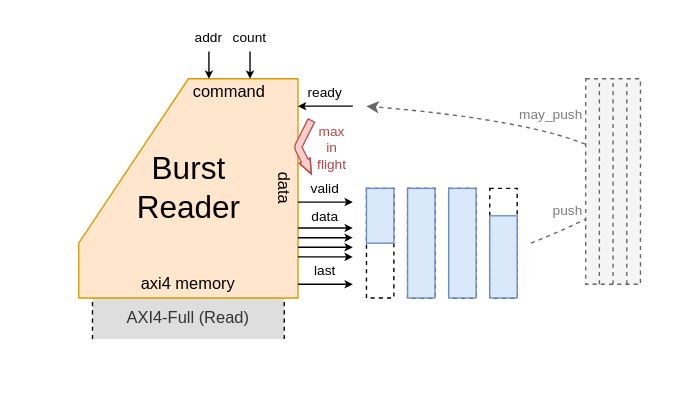
pc2/sus-xrt keeps this draw.io diagram as img/burst_reader.drawio. Above is the earlier version. Source tidied: cells renumbered, new cells numbered last; positions are measured from the earlier drawing's top-left corner, leaving out a move shared by most shapes. Both pictures are drawn from the tidied source at 137%, with x=0, y=0 at pixel (78, 23).
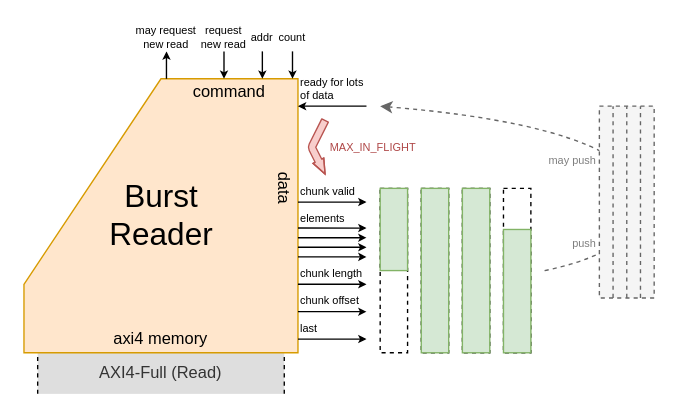
The same diagram, later.

Commit message (it also covers changes not shown here):
More cleanup for the figures and interface names

What changed in the source:
```diff
@@
+    <mxCell id="9" value="ready for lots of data" style="text;html=1;whiteSpace=wrap;strokeColor=none;fillColor=none;align=left;verticalAlign=bottom;rounded=0;fontSize=8;" parent="1" vertex="1">
+      <mxGeometry x="160" y="40" width="50" height="20" as="geometry" />
+    </mxCell>
+    <mxCell id="16" value="last" style="text;html=1;whiteSpace=wrap;strokeColor=none;fillColor=none;align=left;verticalAlign=bottom;rounded=0;fontSize=8;" parent="1" vertex="1">
+      <mxGeometry x="160" y="210" width="50" height="20" as="geometry" />
+    </mxCell>
+    <mxCell id="21" value="elements" style="text;html=1;whiteSpace=wrap;strokeColor=none;fillColor=none;align=left;verticalAlign=bottom;rounded=0;fontSize=8;" parent="1" vertex="1">
+      <mxGeometry x="160" y="130" width="50" height="20" as="geometry" />
+    </mxCell>
+    <mxCell id="23" value="chunk valid" style="text;html=1;whiteSpace=wrap;strokeColor=none;fillColor=none;align=left;verticalAlign=bottom;rounded=0;fontSize=8;" parent="1" vertex="1">
+      <mxGeometry x="160" y="110" width="50" height="20" as="geometry" />
+    </mxCell>
+    <mxCell id="41" value="chunk offset" style="text;html=1;whiteSpace=wrap;strokeColor=none;fillColor=none;align=left;verticalAlign=bottom;rounded=0;fontSize=8;" parent="1" vertex="1">
+      <mxGeometry x="160" y="190" width="50" height="20" as="geometry" />
+    </mxCell>
+    <mxCell id="42" value="chunk length" style="text;html=1;whiteSpace=wrap;strokeColor=none;fillColor=none;align=left;verticalAlign=bottom;rounded=0;fontSize=8;" parent="1" vertex="1">
+      <mxGeometry x="160" y="170" width="50" height="20" as="geometry" />
+    </mxCell>
     <mxCell id="2" value="AXI4-Full (Read)" style="rounded=0;whiteSpace=wrap;html=1;strokeColor=none;fillColor=#DEDEDE;fontColor=#333333;" parent="1" vertex="1">
-      <mxGeometry x="10" y="200" width="140" height="30" as="geometry" />
+      <mxGeometry x="-30" y="240" width="180" height="30" as="geometry" />
     </mxCell>
@@
     <mxCell id="5" value="Burst&lt;br&gt;Reader" style="verticalLabelPosition=middle;verticalAlign=middle;html=1;shape=mxgraph.basic.polygon;polyCoords=[[0,0.75],[0.5,0],[1,0],[1,1],[0,1]];polyline=0;fillColor=#ffe6cc;strokeColor=#d79b00;align=center;labelPosition=center;fontSize=23;" parent="1" vertex="1">
-      <mxGeometry y="40" width="160" height="160" as="geometry" />
+      <mxGeometry x="-40" y="40" width="200" height="200" as="geometry" />
     </mxCell>
-    <mxCell id="6" style="endArrow=classic;html=1;rounded=0;startSize=6;endSize=3;" parent="1" edge="1">
-      <mxGeometry relative="1" as="geometry">
-        <mxPoint x="95" y="20" as="sourcePoint" />
-        <mxPoint x="95" y="40" as="targetPoint" />
-      </mxGeometry>
-    </mxCell>
-    <mxCell id="7" value="addr" style="text;html=1;whiteSpace=wrap;strokeColor=none;fillColor=none;align=center;verticalAlign=middle;rounded=0;fontSize=10;" parent="1" vertex="1">
-      <mxGeometry x="75" width="40" height="20" as="geometry" />
-    </mxCell>
-    <mxCell id="8" style="endArrow=classic;html=1;rounded=0;startSize=6;endSize=3;exitX=1;exitY=1;exitDx=0;exitDy=0;" parent="1" edge="1" source="9">
+    <mxCell id="8" style="endArrow=classic;html=1;rounded=0;startSize=6;endSize=3;" parent="1" edge="1">
       <mxGeometry relative="1" as="geometry">
+        <mxPoint x="210" y="60" as="sourcePoint" />
         <mxPoint x="160" y="60" as="targetPoint" />
       </mxGeometry>
     </mxCell>
-    <mxCell id="9" value="ready" style="text;html=1;whiteSpace=wrap;strokeColor=none;fillColor=none;align=center;verticalAlign=middle;rounded=0;fontSize=10;" parent="1" vertex="1">
-      <mxGeometry x="160" y="40" width="40" height="20" as="geometry" />
-    </mxCell>
-    <mxCell id="10" style="endArrow=classic;html=1;rounded=0;startSize=6;endSize=3;" parent="1" edge="1">
-      <mxGeometry relative="1" as="geometry">
-        <mxPoint x="125" y="20" as="sourcePoint" />
-        <mxPoint x="125" y="40" as="targetPoint" />
-      </mxGeometry>
-    </mxCell>
-    <mxCell id="11" value="count" style="text;html=1;whiteSpace=wrap;strokeColor=none;fillColor=none;align=center;verticalAlign=middle;rounded=0;fontSize=10;" parent="1" vertex="1">
-      <mxGeometry x="105" width="40" height="20" as="geometry" />
-    </mxCell>
     <mxCell id="12" value="axi4 memory" style="text;html=1;whiteSpace=wrap;strokeColor=none;fillColor=none;align=center;verticalAlign=middle;rounded=0;" parent="1" vertex="1">
-      <mxGeometry x="10" y="180" width="140" height="20" as="geometry" />
+      <mxGeometry x="-10" y="220" width="140" height="20" as="geometry" />
     </mxCell>
@@
     <mxCell id="15" style="endArrow=classic;html=1;rounded=0;startSize=6;endSize=3;entryX=1;entryY=1;entryDx=0;entryDy=0;" parent="1" edge="1" target="16">
       <mxGeometry relative="1" as="geometry">
-        <mxPoint x="160" y="190" as="sourcePoint" />
+        <mxPoint x="160" y="230" as="sourcePoint" />
       </mxGeometry>
     </mxCell>
-    <mxCell id="16" value="last" style="text;html=1;whiteSpace=wrap;strokeColor=none;fillColor=none;align=center;verticalAlign=middle;rounded=0;fontSize=10;" parent="1" vertex="1">
-      <mxGeometry x="160" y="170" width="40" height="20" as="geometry" />
-    </mxCell>
-    <mxCell id="17" style="endArrow=classic;html=1;rounded=0;startSize=6;endSize=3;entryX=1;entryY=1;entryDx=0;entryDy=0;" parent="1" edge="1">
+    <mxCell id="17" style="endArrow=classic;html=1;rounded=0;startSize=6;endSize=3;" parent="1" edge="1">
       <mxGeometry relative="1" as="geometry">
         <mxPoint x="160" y="148.9" as="sourcePoint" />
-        <mxPoint x="200" y="148.9" as="targetPoint" />
+        <mxPoint x="210" y="149" as="targetPoint" />
       </mxGeometry>
     </mxCell>
-    <mxCell id="18" style="endArrow=classic;html=1;rounded=0;startSize=6;endSize=3;entryX=1;entryY=1;entryDx=0;entryDy=0;" parent="1" edge="1">
+    <mxCell id="18" style="endArrow=classic;html=1;rounded=0;startSize=6;endSize=3;" parent="1" edge="1">
       <mxGeometry relative="1" as="geometry">
         <mxPoint x="160" y="156" as="sourcePoint" />
-        <mxPoint x="200" y="156" as="targetPoint" />
+        <mxPoint x="210" y="156" as="targetPoint" />
       </mxGeometry>
     </mxCell>
-    <mxCell id="19" style="endArrow=classic;html=1;rounded=0;startSize=6;endSize=3;entryX=1;entryY=1;entryDx=0;entryDy=0;" parent="1" edge="1">
+    <mxCell id="19" style="endArrow=classic;html=1;rounded=0;startSize=6;endSize=3;" parent="1" edge="1">
       <mxGeometry relative="1" as="geometry">
         <mxPoint x="160" y="163" as="sourcePoint" />
-        <mxPoint x="200" y="163" as="targetPoint" />
+        <mxPoint x="210" y="163" as="targetPoint" />
       </mxGeometry>
     </mxCell>
-    <mxCell id="20" style="endArrow=classic;html=1;rounded=0;startSize=6;endSize=3;entryX=1;entryY=1;entryDx=0;entryDy=0;" parent="1" edge="1">
+    <mxCell id="20" style="endArrow=classic;html=1;rounded=0;startSize=6;endSize=3;entryX=1;entryY=0;entryDx=0;entryDy=0;" parent="1" edge="1" target="42">
       <mxGeometry relative="1" as="geometry">
         <mxPoint x="160" y="170" as="sourcePoint" />
-        <mxPoint x="200" y="170" as="targetPoint" />
       </mxGeometry>
     </mxCell>
-    <mxCell id="21" value="data" style="text;html=1;whiteSpace=wrap;strokeColor=none;fillColor=none;align=center;verticalAlign=middle;rounded=0;fontSize=10;" parent="1" vertex="1">
-      <mxGeometry x="160" y="130" width="40" height="20" as="geometry" />
-    </mxCell>
-    <mxCell id="22" style="endArrow=classic;html=1;rounded=0;startSize=6;endSize=3;entryX=1;entryY=1;entryDx=0;entryDy=0;" parent="1" edge="1" target="23">
+    <mxCell id="22" style="endArrow=classic;html=1;rounded=0;startSize=6;endSize=3;" parent="1" edge="1">
       <mxGeometry relative="1" as="geometry">
         <mxPoint x="160" y="130" as="sourcePoint" />
+        <mxPoint x="210" y="130" as="targetPoint" />
       </mxGeometry>
     </mxCell>
-    <mxCell id="23" value="valid" style="text;html=1;whiteSpace=wrap;strokeColor=none;fillColor=none;align=center;verticalAlign=middle;rounded=0;fontSize=10;" parent="1" vertex="1">
-      <mxGeometry x="160" y="110" width="40" height="20" as="geometry" />
-    </mxCell>
     <mxCell id="24" style="shape=flexArrow;endArrow=classic;html=1;rounded=1;entryX=0.5;entryY=0;entryDx=0;entryDy=0;width=5.333333333333333;endSize=3.3083333333333336;endWidth=2.4444444444444446;fillColor=#f8cecc;strokeColor=#b85450;flowAnimation=0;shadow=0;" parent="1" edge="1">
       <mxGeometry relative="1" as="geometry">
-        <mxPoint x="170" y="70" as="sourcePoint" />
-        <mxPoint x="170" y="110" as="targetPoint" />
+        <mxPoint x="180" y="70" as="sourcePoint" />
+        <mxPoint x="180" y="110" as="targetPoint" />
         <Array as="points">
-          <mxPoint x="160" y="90" />
+          <mxPoint x="170" y="90" />
         </Array>
       </mxGeometry>
     </mxCell>
-    <mxCell id="25" value="max&lt;div&gt;in&lt;/div&gt;&lt;div&gt;flight&lt;/div&gt;" style="text;html=1;whiteSpace=wrap;strokeColor=none;fillColor=none;align=center;verticalAlign=middle;rounded=0;fontSize=10;fontColor=#AF4747;" parent="1" vertex="1">
-      <mxGeometry x="170" y="70" width="30" height="40" as="geometry" />
+    <mxCell id="25" value="MAX_IN_FLIGHT" style="text;html=1;whiteSpace=wrap;strokeColor=none;fillColor=none;align=center;verticalAlign=middle;rounded=0;fontSize=8;fontColor=#AF4747;" parent="1" vertex="1">
+      <mxGeometry x="180" y="80" width="70" height="20" as="geometry" />
     </mxCell>
     <mxCell id="26" style="rounded=0;whiteSpace=wrap;html=1;dashed=1;" parent="1" vertex="1">
-      <mxGeometry x="210" y="120" width="20" height="80" as="geometry" />
+      <mxGeometry x="220" y="120" width="20" height="120" as="geometry" />
     </mxCell>
-    <mxCell id="27" style="rounded=0;whiteSpace=wrap;html=1;fillColor=#dae8fc;strokeColor=#6c8ebf;" parent="1" vertex="1">
-      <mxGeometry x="210" y="120" width="20" height="40" as="geometry" />
+    <mxCell id="27" style="rounded=0;whiteSpace=wrap;html=1;fillColor=#d5e8d4;strokeColor=#82b366;" parent="1" vertex="1">
+      <mxGeometry x="220" y="120" width="20" height="60" as="geometry" />
     </mxCell>
     <mxCell id="28" style="rounded=0;whiteSpace=wrap;html=1;dashed=1;" parent="1" vertex="1">
-      <mxGeometry x="240" y="120" width="20" height="80" as="geometry" />
+      <mxGeometry x="250" y="120" width="20" height="120" as="geometry" />
     </mxCell>
-    <mxCell id="29" style="rounded=0;whiteSpace=wrap;html=1;fillColor=#dae8fc;strokeColor=#6c8ebf;" parent="1" vertex="1">
-      <mxGeometry x="240" y="120" width="20" height="80" as="geometry" />
+    <mxCell id="29" style="rounded=0;whiteSpace=wrap;html=1;fillColor=#d5e8d4;strokeColor=#82b366;" parent="1" vertex="1">
+      <mxGeometry x="250" y="120" width="20" height="120" as="geometry" />
     </mxCell>
     <mxCell id="30" style="rounded=0;whiteSpace=wrap;html=1;dashed=1;" parent="1" vertex="1">
-      <mxGeometry x="270" y="120" width="20" height="80" as="geometry" />
+      <mxGeometry x="280" y="120" width="20" height="120" as="geometry" />
     </mxCell>
-    <mxCell id="31" style="rounded=0;whiteSpace=wrap;html=1;fillColor=#dae8fc;strokeColor=#6c8ebf;" parent="1" vertex="1">
-      <mxGeometry x="270" y="120" width="20" height="80" as="geometry" />
+    <mxCell id="31" style="rounded=0;whiteSpace=wrap;html=1;fillColor=#d5e8d4;strokeColor=#82b366;" parent="1" vertex="1">
+      <mxGeometry x="280" y="120" width="20" height="120" as="geometry" />
     </mxCell>
     <mxCell id="32" style="rounded=0;whiteSpace=wrap;html=1;dashed=1;" parent="1" vertex="1">
-      <mxGeometry x="300" y="120" width="20" height="80" as="geometry" />
+      <mxGeometry x="310" y="120" width="20" height="120" as="geometry" />
     </mxCell>
-    <mxCell id="33" style="rounded=0;whiteSpace=wrap;html=1;fillColor=#dae8fc;strokeColor=#6c8ebf;" parent="1" vertex="1">
-      <mxGeometry x="300" y="140" width="20" height="60" as="geometry" />
+    <mxCell id="33" style="rounded=0;whiteSpace=wrap;html=1;fillColor=#d5e8d4;strokeColor=#82b366;" parent="1" vertex="1">
+      <mxGeometry x="310" y="150" width="20" height="90" as="geometry" />
     </mxCell>
     <mxCell id="34" style="endArrow=classic;html=1;rounded=0;curved=1;fillColor=#f5f5f5;strokeColor=#666666;dashed=1;" parent="1" edge="1">
       <mxGeometry relative="1" as="geometry">
-        <mxPoint x="330" y="160" as="sourcePoint" />
-        <mxPoint x="210" y="60" as="targetPoint" />
+        <mxPoint x="340" y="180" as="sourcePoint" />
+        <mxPoint x="220" y="60" as="targetPoint" />
         <Array as="points">
-          <mxPoint x="380" y="140" />
-          <mxPoint x="420" y="110" />
-          <mxPoint x="330" y="70" />
+          <mxPoint x="390" y="170" />
+          <mxPoint x="430" y="120" />
+          <mxPoint x="340" y="70" />
         </Array>
       </mxGeometry>
     </mxCell>
     <mxCell id="35" style="rounded=0;whiteSpace=wrap;html=1;fillColor=#f5f5f5;fontColor=#333333;strokeColor=#666666;dashed=1;" parent="1" vertex="1">
-      <mxGeometry x="370" y="40" width="40" height="150" as="geometry" />
+      <mxGeometry x="380" y="60" width="40" height="140" as="geometry" />
     </mxCell>
@@
-    <mxCell id="37" style="endArrow=none;dashed=1;html=1;rounded=0;entryX=0.5;entryY=0;entryDx=0;entryDy=0;exitX=0.5;exitY=1;exitDx=0;exitDy=0;fillColor=#f5f5f5;strokeColor=#666666;" parent="1" edge="1">
+    <mxCell id="37" style="endArrow=none;dashed=1;html=1;rounded=0;exitX=0.5;exitY=1;exitDx=0;exitDy=0;fillColor=#f5f5f5;strokeColor=#666666;" parent="1" edge="1">
       <mxGeometry relative="1" as="geometry">
-        <mxPoint x="400" y="190" as="sourcePoint" />
-        <mxPoint x="400" y="40" as="targetPoint" />
+        <mxPoint x="410" y="200" as="sourcePoint" />
+        <mxPoint x="410" y="60" as="targetPoint" />
       </mxGeometry>
     </mxCell>
-    <mxCell id="38" style="endArrow=none;dashed=1;html=1;rounded=0;entryX=0.5;entryY=0;entryDx=0;entryDy=0;exitX=0.5;exitY=1;exitDx=0;exitDy=0;fillColor=#f5f5f5;strokeColor=#666666;" parent="1" edge="1">
+    <mxCell id="38" style="endArrow=none;dashed=1;html=1;rounded=0;exitX=0.5;exitY=1;exitDx=0;exitDy=0;fillColor=#f5f5f5;strokeColor=#666666;" parent="1" edge="1">
       <mxGeometry relative="1" as="geometry">
-        <mxPoint x="380" y="190" as="sourcePoint" />
-        <mxPoint x="380" y="40" as="targetPoint" />
+        <mxPoint x="390" y="200" as="sourcePoint" />
+        <mxPoint x="390" y="60" as="targetPoint" />
       </mxGeometry>
     </mxCell>
-    <mxCell id="39" value="may_push" style="text;html=1;whiteSpace=wrap;strokeColor=none;fillColor=none;align=right;verticalAlign=middle;rounded=0;fontSize=10;fontColor=#7E7E7E;" parent="1" vertex="1">
-      <mxGeometry x="330" y="56" width="40" height="20" as="geometry" />
+    <mxCell id="39" value="may push" style="text;html=1;whiteSpace=wrap;strokeColor=none;fillColor=none;align=right;verticalAlign=middle;rounded=0;fontSize=8;fontColor=#7E7E7E;" parent="1" vertex="1">
+      <mxGeometry x="340" y="90" width="40" height="20" as="geometry" />
     </mxCell>
-    <mxCell id="40" value="push" style="text;html=1;whiteSpace=wrap;strokeColor=none;fillColor=none;align=right;verticalAlign=middle;rounded=0;fontSize=10;fontColor=#7E7E7E;" parent="1" vertex="1">
-      <mxGeometry x="330" y="126" width="40" height="20" as="geometry" />
+    <mxCell id="40" value="push" style="text;html=1;whiteSpace=wrap;strokeColor=none;fillColor=none;align=right;verticalAlign=middle;rounded=0;fontSize=8;fontColor=#7E7E7E;" parent="1" vertex="1">
+      <mxGeometry x="340" y="150" width="40" height="20" as="geometry" />
     </mxCell>
+    <mxCell id="43" style="endArrow=classic;html=1;rounded=0;startSize=6;endSize=3;entryX=1;entryY=1;entryDx=0;entryDy=0;" parent="1" edge="1" target="41">
+      <mxGeometry relative="1" as="geometry">
+        <mxPoint x="160" y="210" as="sourcePoint" />
+      </mxGeometry>
+    </mxCell>
+    <mxCell id="44" style="endArrow=classic;html=1;rounded=0;startSize=6;endSize=3;entryX=1;entryY=1;entryDx=0;entryDy=0;" parent="1" edge="1" target="42">
+      <mxGeometry relative="1" as="geometry">
+        <mxPoint x="160" y="190" as="sourcePoint" />
+      </mxGeometry>
+    </mxCell>
+    <mxCell id="45" style="endArrow=classic;html=1;rounded=0;startSize=6;endSize=3;" parent="1" edge="1">
+      <mxGeometry relative="1" as="geometry">
+        <mxPoint x="106" y="20" as="sourcePoint" />
+        <mxPoint x="106" y="40" as="targetPoint" />
+      </mxGeometry>
+    </mxCell>
+    <mxCell id="46" value="request new read" style="text;html=1;whiteSpace=wrap;strokeColor=none;fillColor=none;align=center;verticalAlign=middle;rounded=0;fontSize=8;flipH=1;legacyAnchorPoints=0;" parent="1" vertex="1">
+      <mxGeometry x="86" width="40" height="20" as="geometry" />
+    </mxCell>
+    <mxCell id="47" style="endArrow=classic;html=1;rounded=0;startSize=6;endSize=3;" parent="1" edge="1">
+      <mxGeometry relative="1" as="geometry">
+        <mxPoint x="134" y="20" as="sourcePoint" />
+        <mxPoint x="134" y="40" as="targetPoint" />
+      </mxGeometry>
+    </mxCell>
+    <mxCell id="7" value="addr" style="text;html=1;whiteSpace=wrap;strokeColor=none;fillColor=none;align=center;verticalAlign=middle;rounded=0;fontSize=8;flipH=1;legacyAnchorPoints=0;" parent="1" vertex="1">
+      <mxGeometry x="124" width="20" height="20" as="geometry" />
+    </mxCell>
+    <mxCell id="48" style="endArrow=classic;html=1;rounded=0;startSize=6;endSize=3;" parent="1" edge="1">
+      <mxGeometry relative="1" as="geometry">
+        <mxPoint x="64" y="40" as="sourcePoint" />
+        <mxPoint x="64" y="20" as="targetPoint" />
+      </mxGeometry>
+    </mxCell>
+    <mxCell id="49" value="may request new read" style="text;html=1;whiteSpace=wrap;strokeColor=none;fillColor=none;align=center;verticalAlign=middle;rounded=0;fontSize=8;flipH=1;legacyAnchorPoints=0;" parent="1" vertex="1">
+      <mxGeometry x="34" width="60" height="20" as="geometry" />
+    </mxCell>
+    <mxCell id="50" style="endArrow=classic;html=1;rounded=0;startSize=6;endSize=3;" parent="1" edge="1">
+      <mxGeometry relative="1" as="geometry">
+        <mxPoint x="156" y="20" as="sourcePoint" />
+        <mxPoint x="156" y="40" as="targetPoint" />
+      </mxGeometry>
+    </mxCell>
+    <mxCell id="11" value="count" style="text;html=1;whiteSpace=wrap;strokeColor=none;fillColor=none;align=center;verticalAlign=middle;rounded=0;fontSize=8;flipH=1;legacyAnchorPoints=0;" parent="1" vertex="1">
+      <mxGeometry x="146" width="20" height="20" as="geometry" />
+    </mxCell>
```
